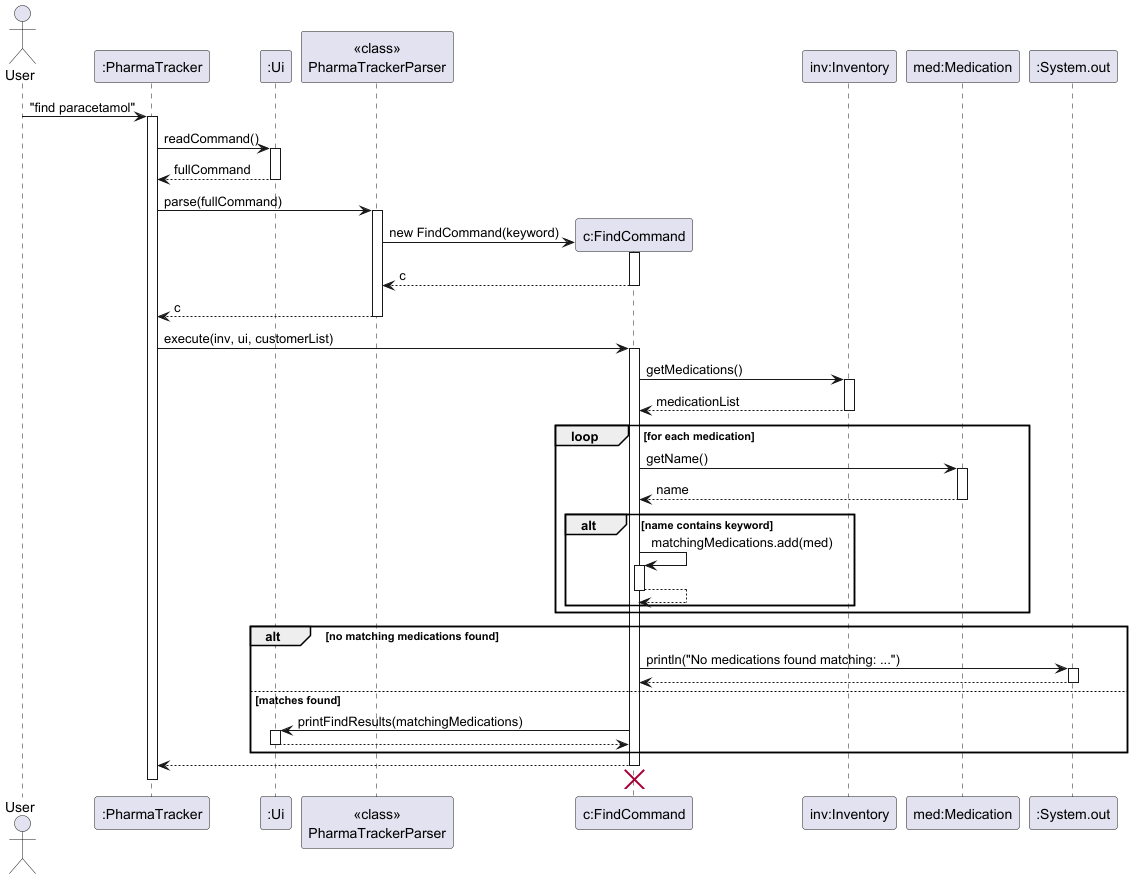
Above: docs/images/FindCommandSequence.png in AY2526S2-CS2113-T10-3/tp (PlantUML), before the change. Its diagram source:
```plantuml
@startuml
skinparam ArrowFontStyle plain

actor User
participant ":PharmaTracker" as PharmaTracker
participant ":Ui" as Ui
participant "<<class>>\nPharmaTrackerParser" as Parser
participant "c:FindCommand" as FindCommand
participant "inv:Inventory" as Inventory
participant "med:Medication" as Medication
participant ":System.out" as Console

User -> PharmaTracker : "find paracetamol"
activate PharmaTracker

PharmaTracker -> Ui : readCommand()
activate Ui
Ui --> PharmaTracker : fullCommand
deactivate Ui

PharmaTracker -> Parser : parse(fullCommand)
activate Parser

create FindCommand
Parser -> FindCommand : new FindCommand(keyword)
activate FindCommand
FindCommand --> Parser : c
deactivate FindCommand

Parser --> PharmaTracker : c
deactivate Parser

PharmaTracker -> FindCommand : execute(inv, ui, customerList)
activate FindCommand

FindCommand -> Inventory : getMedications()
activate Inventory
Inventory --> FindCommand : medicationList
deactivate Inventory

loop for each medication
    FindCommand -> Medication : getName()
    activate Medication
    Medication --> FindCommand : name
    deactivate Medication

    alt name contains keyword
        FindCommand -> FindCommand : matchingMedications.add(med)
        activate FindCommand
        FindCommand --> FindCommand
        deactivate FindCommand
    end
end

alt no matching medications found
    FindCommand -> Console : println("No medications found matching: ...")
    activate Console
    Console --> FindCommand
    deactivate Console
else matches found
    FindCommand -> Ui : printFindResults(matchingMedications)
    activate Ui
    Ui --> FindCommand
    deactivate Ui
end

FindCommand --> PharmaTracker
deactivate FindCommand
FindCommand -[hidden]-> Parser
destroy FindCommand

deactivate PharmaTracker
@enduml
```
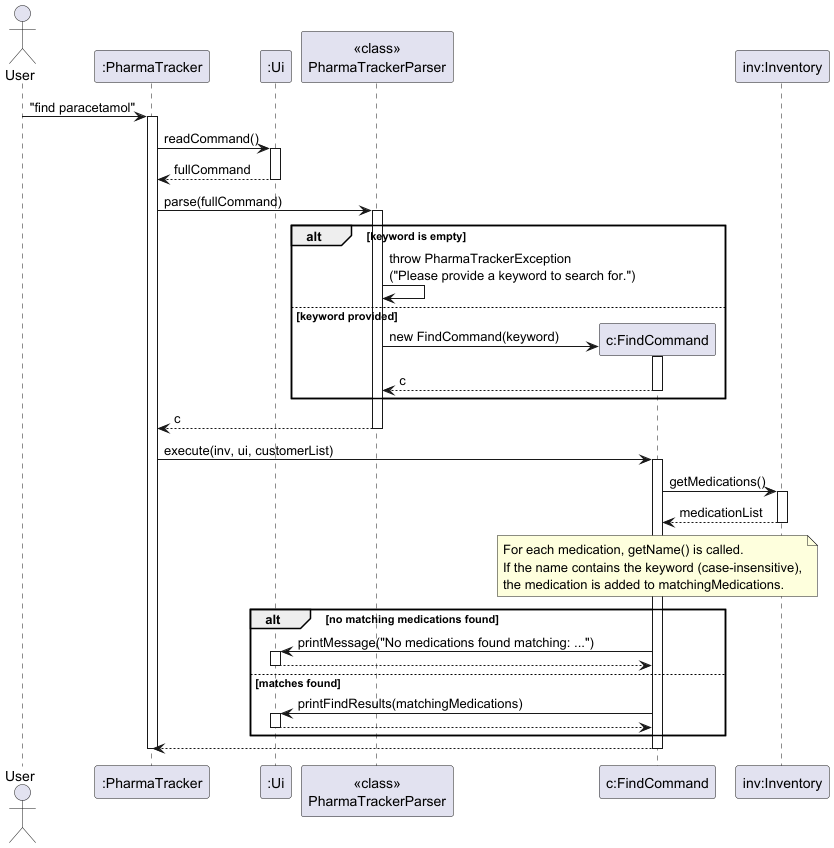
After the commit.

Commit message:
Update PPP and sequence diagrams for FindCommand and ViewCommand

The edit, as a diff of the source:
```diff
@@ -7,8 +7,6 @@
 participant "<<class>>\nPharmaTrackerParser" as Parser
 participant "c:FindCommand" as FindCommand
 participant "inv:Inventory" as Inventory
-participant "med:Medication" as Medication
-participant ":System.out" as Console
 
 User -> PharmaTracker : "find paracetamol"
 activate PharmaTracker
@@ -21,11 +19,15 @@
 PharmaTracker -> Parser : parse(fullCommand)
 activate Parser
 
-create FindCommand
-Parser -> FindCommand : new FindCommand(keyword)
-activate FindCommand
-FindCommand --> Parser : c
-deactivate FindCommand
+alt keyword is empty
+    Parser -> Parser : throw PharmaTrackerException\n("Please provide a keyword to search for.")
+else keyword provided
+    create FindCommand
+    Parser -> FindCommand : new FindCommand(keyword)
+    activate FindCommand
+    FindCommand --> Parser : c
+    deactivate FindCommand
+end
 
 Parser --> PharmaTracker : c
 deactivate Parser
@@ -38,25 +40,17 @@
 Inventory --> FindCommand : medicationList
 deactivate Inventory
 
-loop for each medication
-    FindCommand -> Medication : getName()
-    activate Medication
-    Medication --> FindCommand : name
-    deactivate Medication
-
-    alt name contains keyword
-        FindCommand -> FindCommand : matchingMedications.add(med)
-        activate FindCommand
-        FindCommand --> FindCommand
-        deactivate FindCommand
-    end
-end
+note over FindCommand
+  For each medication, getName() is called.
+  If the name contains the keyword (case-insensitive),
+  the medication is added to matchingMedications.
+end note
 
 alt no matching medications found
-    FindCommand -> Console : println("No medications found matching: ...")
-    activate Console
-    Console --> FindCommand
-    deactivate Console
+    FindCommand -> Ui : printMessage("No medications found matching: ...")
+    activate Ui
+    Ui --> FindCommand
+    deactivate Ui
 else matches found
     FindCommand -> Ui : printFindResults(matchingMedications)
     activate Ui
@@ -66,8 +60,6 @@
 
 FindCommand --> PharmaTracker
 deactivate FindCommand
-FindCommand -[hidden]-> Parser
-destroy FindCommand
 
 deactivate PharmaTracker
 @enduml
```
